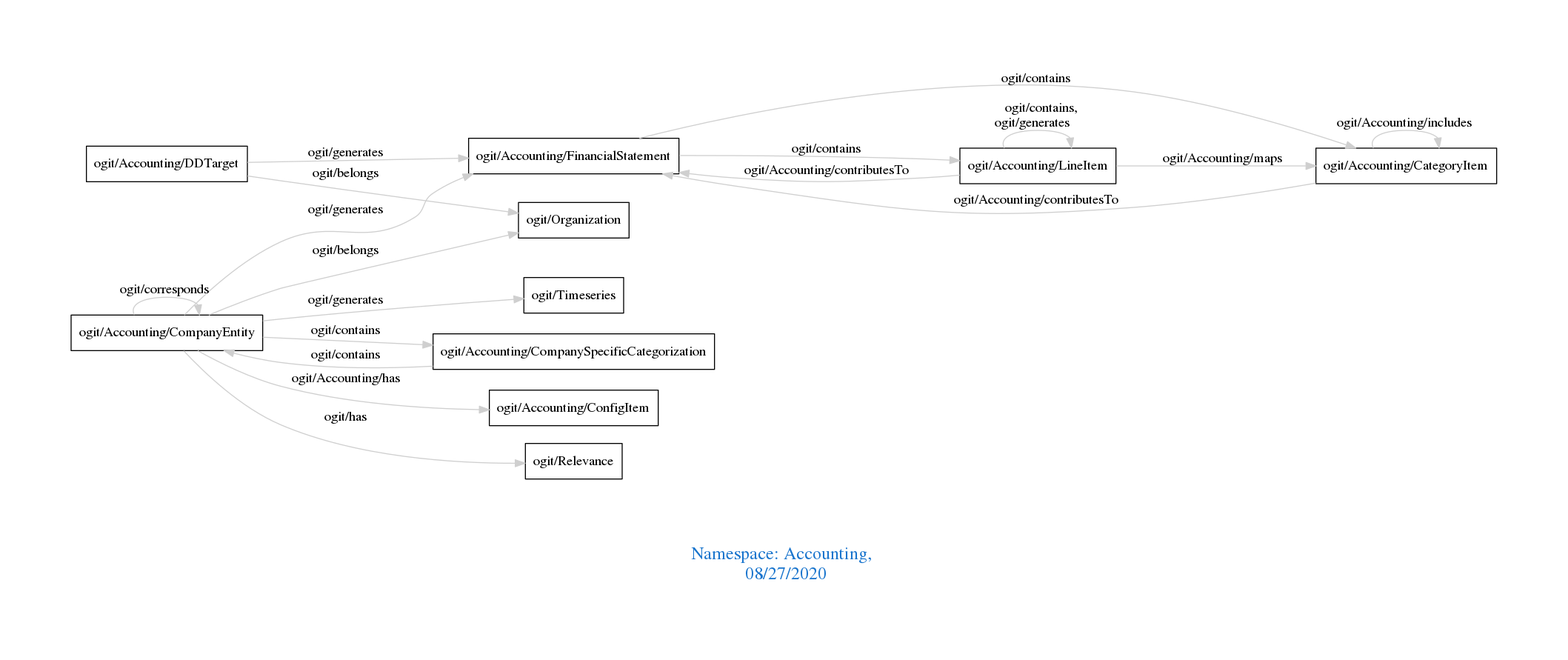
Earlier version of the Graphviz export downloads/Accounting.png (arago/OGIT). Its source is kept beside it as downloads/Accounting.dot.
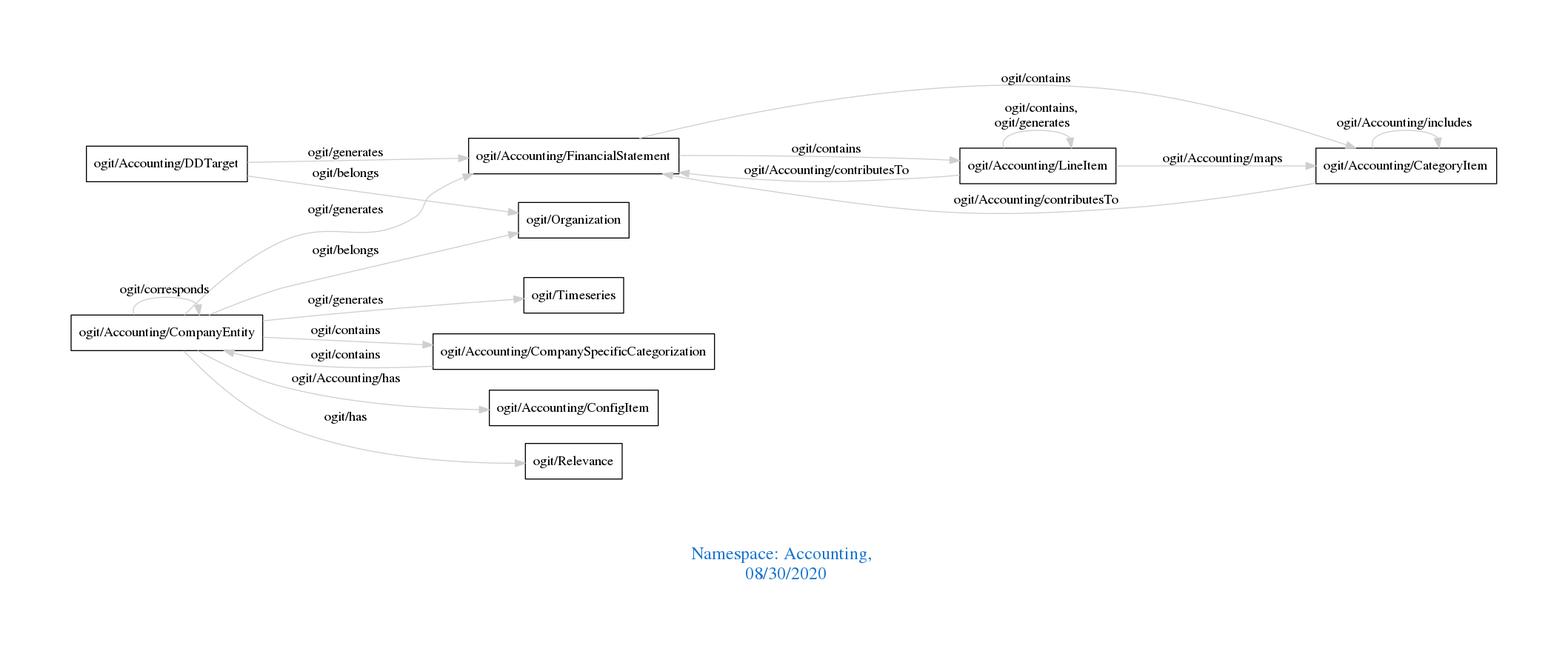
The same diagram one commit later.

The edit, as a diff of the source:
```diff
@@ -1,7 +1,7 @@
 digraph OGIT_ontology {
  graph [ rankdir= LR,pad=1
 fontsize = 18,
-fontcolor= dodgerblue3,label = "\n\n\nNamespace: Accounting, \n 08/27/2020"];
+fontcolor= dodgerblue3,label = "\n\n\nNamespace: Accounting, \n 08/30/2020"];
 node[shape=polygon];
 edge [  color="gray81"];
 
```
